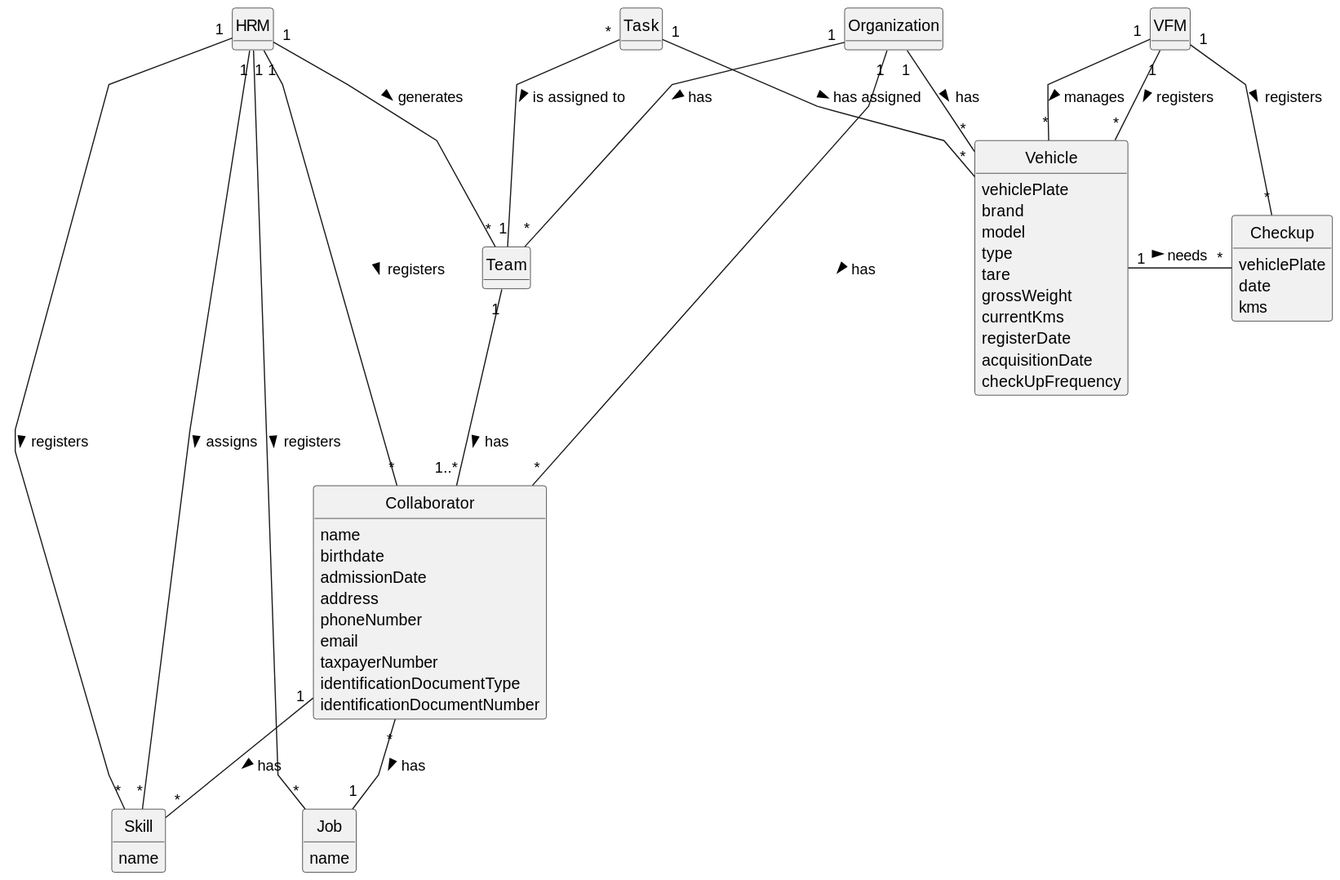
Earlier version of the PlantUML export docs/sprintB/global-artifacts/02.analysis/svg/project-domain-model.svg (Departamento-de-Engenharia-Informatica/lei-24-s2-1dm-g132).
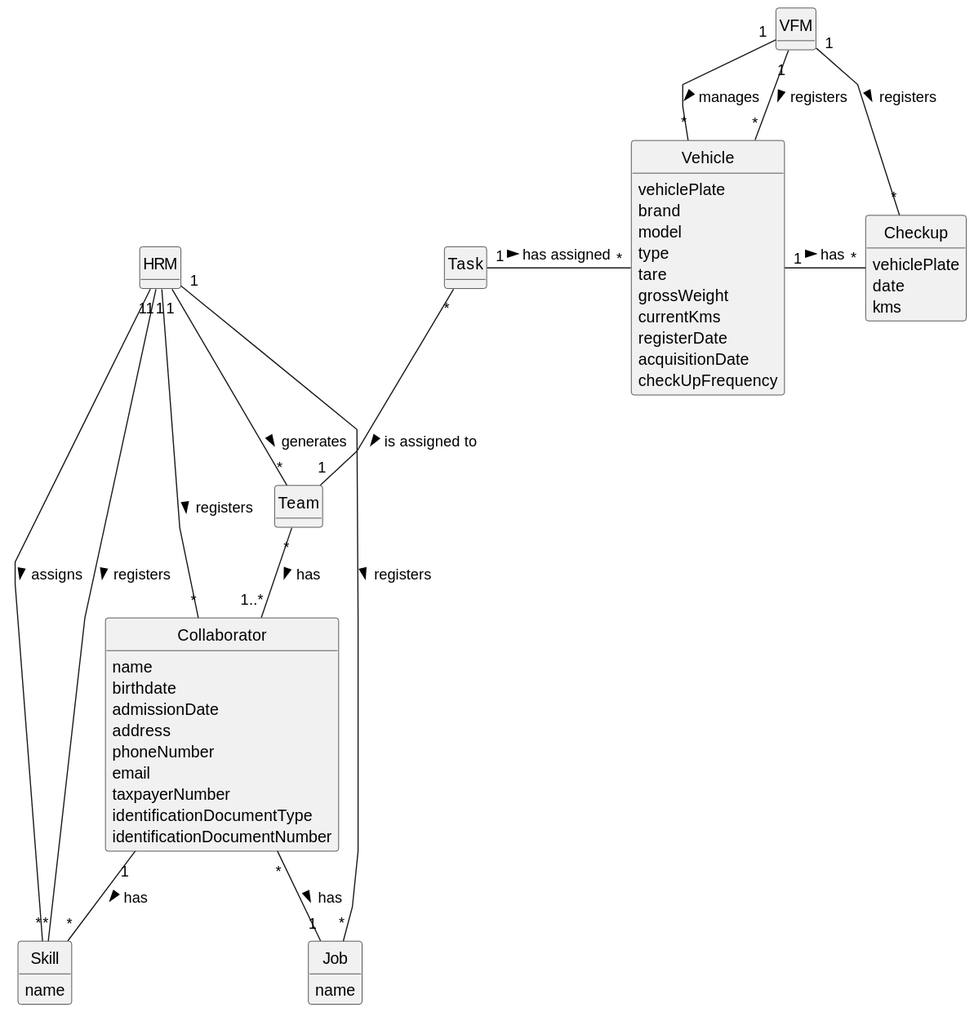
After the change.

Commit message:
Analysis and project domain model update with corrections

Diff of the diagram source:
```diff
@@ -13,9 +13,6 @@
 }
 
 class VFM {
-}
-
-class Organization{
 }
 
 class Skill {
@@ -68,16 +65,13 @@
 HRM "1" --- "*" Collaborator : registers >
 HRM "1" -- "*" Skill : assigns >
 HRM "1" -- "*" Team : generates >
-Organization "1" --- "*" Collaborator : has >
-Organization "1" -- "*" Team : has >
 Collaborator "*" -- "1" Job : has >
 Collaborator "1" -- "*" Skill : has >
-Team "1" - "1..*" Collaborator : has >
+Team "*" - "1..*" Collaborator : has >
 Task "*" -- "1" Team : is assigned to >
 VFM "1" -- "*" Vehicle : registers >
 VFM "1" -- "*" Vehicle : manages >
-Vehicle "1" - "*" Checkup : needs >
+Vehicle "1" - "*" Checkup : has >
 Task "1" - "*" Vehicle : has assigned >
 VFM "1" -- "*" Checkup : registers >
-Organization "1" -- "*" Vehicle : has >
 @enduml
```
